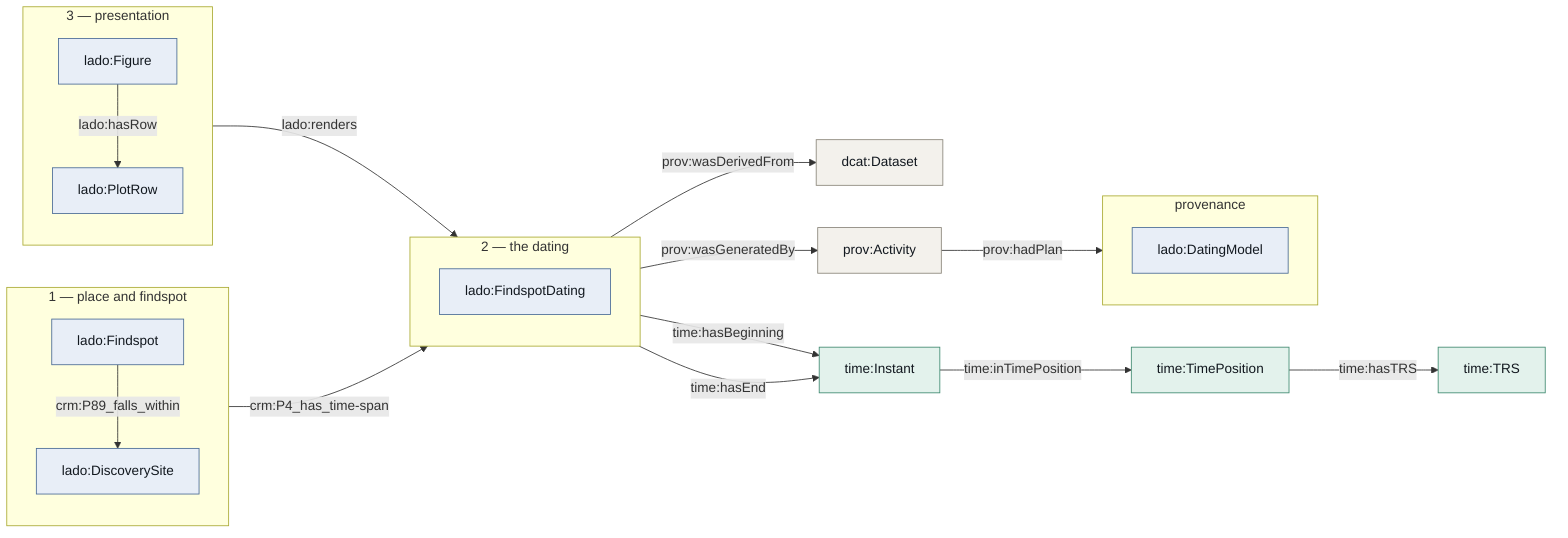
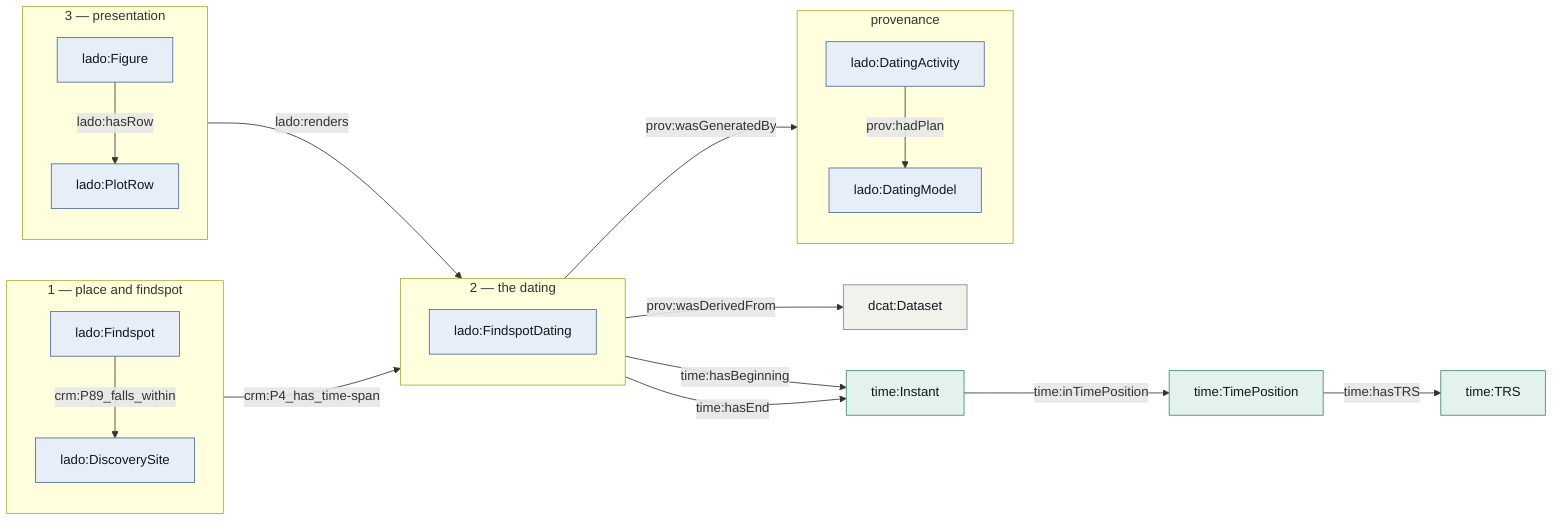
flowchart LR
    subgraph place["1 — place and findspot"]
        direction TB
        lado_DiscoverySite["lado:DiscoverySite"]
        lado_Findspot["lado:Findspot"]
    end
    subgraph dating["2 — the dating"]
        direction TB
        lado_FindspotDating["lado:FindspotDating"]
    end
    subgraph presentation["3 — presentation"]
        direction TB
        lado_Figure["lado:Figure"]
        lado_PlotRow["lado:PlotRow"]
    end
    subgraph provenance["provenance"]
        direction TB
+         lado_DatingActivity["lado:DatingActivity"]
        lado_DatingModel["lado:DatingModel"]
    end
    dcat_Dataset["dcat:Dataset"]
-     prov_Activity["prov:Activity"]
    time_Instant["time:Instant"]
    time_TRS["time:TRS"]
    time_TimePosition["time:TimePosition"]
    lado_Findspot -->|crm:P89_falls_within| lado_DiscoverySite
    lado_Findspot -->|crm:P4_has_time-span| lado_FindspotDating
    lado_FindspotDating -->|time:hasBeginning| time_Instant
    lado_FindspotDating -->|time:hasEnd| time_Instant
    time_Instant -->|time:inTimePosition| time_TimePosition
    time_TimePosition -->|time:hasTRS| time_TRS
    lado_PlotRow -->|lado:renders| lado_FindspotDating
    lado_Figure -->|lado:hasRow| lado_PlotRow
-     lado_FindspotDating -->|prov:wasGeneratedBy| prov_Activity
-     prov_Activity -->|prov:hadPlan| lado_DatingModel
+     lado_FindspotDating -->|prov:wasGeneratedBy| lado_DatingActivity
+     lado_DatingActivity -->|prov:hadPlan| lado_DatingModel
    lado_FindspotDating -->|prov:wasDerivedFrom| dcat_Dataset
-     class lado_DatingModel,lado_DiscoverySite,lado_Figure,lado_Findspot,lado_FindspotDating,lado_PlotRow local
+     class lado_DatingActivity,lado_DatingModel,lado_DiscoverySite,lado_Figure,lado_Findspot,lado_FindspotDating,lado_PlotRow local
    class time_Instant,time_TRS,time_TimePosition time
-     class dcat_Dataset,prov_Activity ext
+     class dcat_Dataset ext

    classDef local fill:#e8eef7,stroke:#4a6b96,stroke-width:1px,color:#12181f
    classDef crm fill:#efe7f5,stroke:#7a5a96,stroke-width:1px,color:#12181f
    classDef time fill:#e3f2ec,stroke:#3f8a70,stroke-width:1px,color:#12181f
    classDef ext fill:#f3f1ec,stroke:#8a857a,stroke-width:1px,color:#12181f
    classDef io fill:#faf3e3,stroke:#a8872e,stroke-width:1px,color:#12181f
